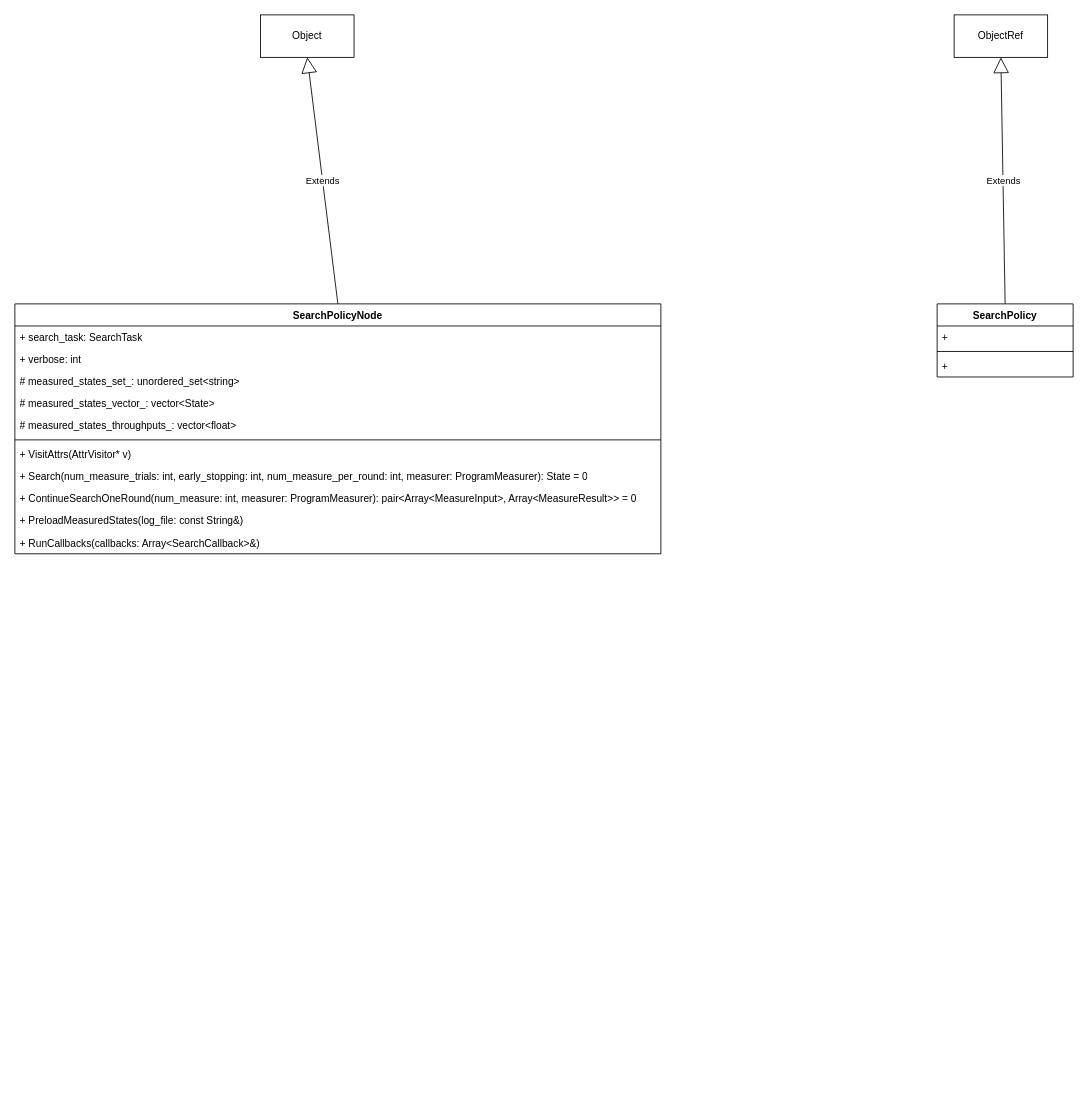
Above: page "search_policy" (4 of 6) of tvm-auto_scheduler-measure.drawio in gdhzyz/draws (draw.io), before the change. Source tidied: cells renumbered, new cells numbered last; positions are measured from the earlier drawing's top-left corner, leaving out a move shared by most shapes. Both pictures are drawn from the tidied source at 85%, with x=0, y=0 at pixel (14, 14).
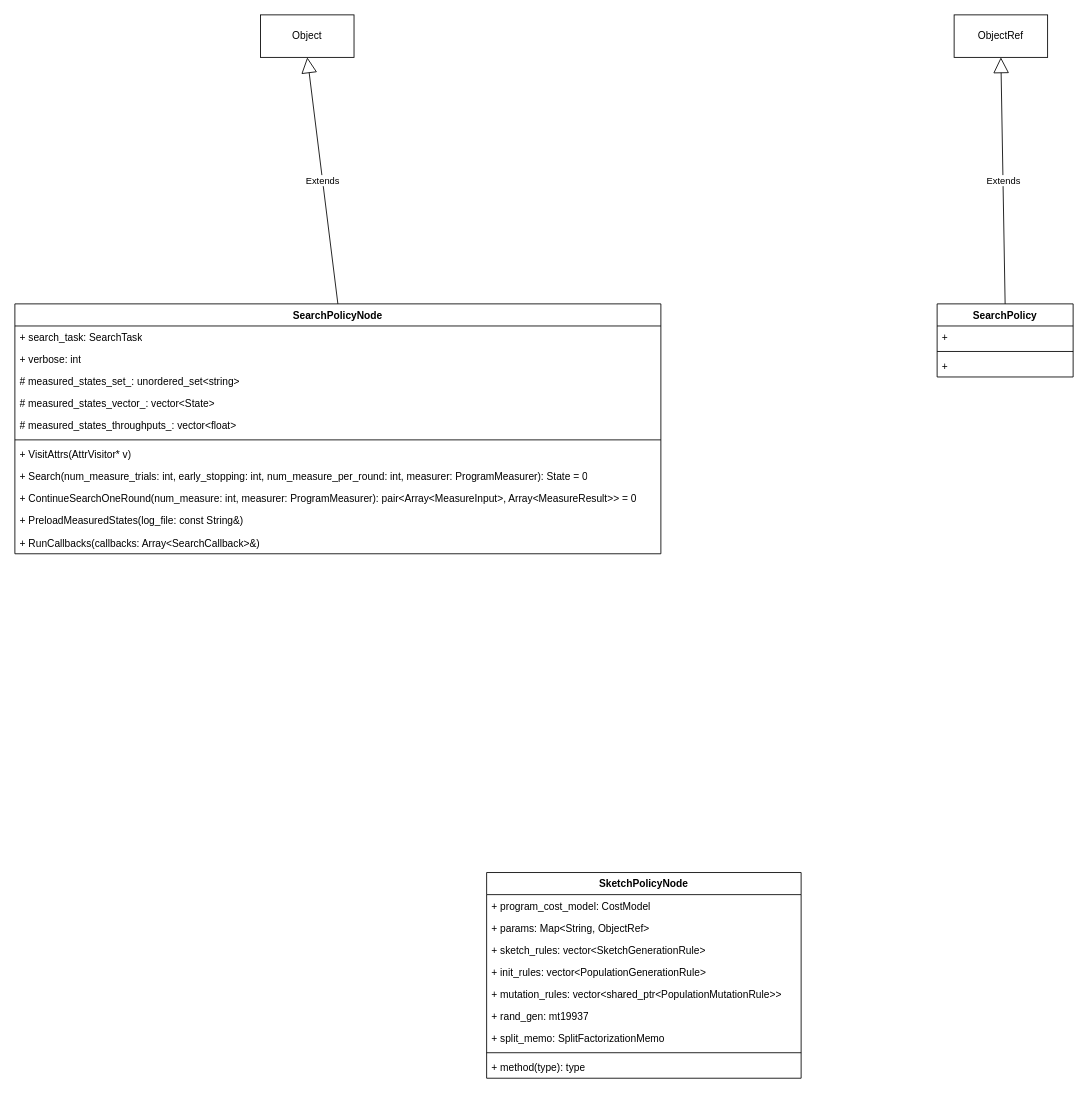
The same page after the edit.

What changed in the source:
```diff
@@
+    <mxCell id="22" value="SketchPolicyNode" style="swimlane;fontStyle=1;align=center;verticalAlign=top;horizontal=1;startSize=26;whiteSpace=wrap;html=1;" parent="1" vertex="1">
+      <mxGeometry x="555" y="1009" width="370" height="242" as="geometry" />
+    </mxCell>
+    <mxCell id="23" value="+ program_cost_model: CostModel" style="text;strokeColor=none;fillColor=none;align=left;verticalAlign=top;spacingLeft=4;spacingRight=4;overflow=hidden;whiteSpace=wrap;html=1;" parent="22" vertex="1">
+      <mxGeometry y="26" width="370" height="26" as="geometry" />
+    </mxCell>
+    <mxCell id="24" value="+ params: Map&amp;lt;String, ObjectRef&amp;gt;" style="text;strokeColor=none;fillColor=none;align=left;verticalAlign=top;spacingLeft=4;spacingRight=4;overflow=hidden;whiteSpace=wrap;html=1;" parent="22" vertex="1">
+      <mxGeometry y="52" width="370" height="26" as="geometry" />
+    </mxCell>
+    <mxCell id="25" value="+ sketch_rules: vector&amp;lt;SketchGenerationRule&amp;gt;" style="text;strokeColor=none;fillColor=none;align=left;verticalAlign=top;spacingLeft=4;spacingRight=4;overflow=hidden;whiteSpace=wrap;html=1;" parent="22" vertex="1">
+      <mxGeometry y="78" width="370" height="26" as="geometry" />
+    </mxCell>
+    <mxCell id="26" value="+ init_rules: vector&amp;lt;PopulationGenerationRule&amp;gt;" style="text;strokeColor=none;fillColor=none;align=left;verticalAlign=top;spacingLeft=4;spacingRight=4;overflow=hidden;whiteSpace=wrap;html=1;" parent="22" vertex="1">
+      <mxGeometry y="104" width="370" height="26" as="geometry" />
+    </mxCell>
+    <mxCell id="27" value="+ mutation_rules: vector&amp;lt;shared_ptr&amp;lt;PopulationMutationRule&amp;gt;&amp;gt;" style="text;strokeColor=none;fillColor=none;align=left;verticalAlign=top;spacingLeft=4;spacingRight=4;overflow=hidden;whiteSpace=wrap;html=1;" parent="22" vertex="1">
+      <mxGeometry y="130" width="370" height="26" as="geometry" />
+    </mxCell>
+    <mxCell id="28" value="+ rand_gen: mt19937" style="text;strokeColor=none;fillColor=none;align=left;verticalAlign=top;spacingLeft=4;spacingRight=4;overflow=hidden;whiteSpace=wrap;html=1;" parent="22" vertex="1">
+      <mxGeometry y="156" width="370" height="26" as="geometry" />
+    </mxCell>
+    <mxCell id="29" value="+ split_memo: SplitFactorizationMemo" style="text;strokeColor=none;fillColor=none;align=left;verticalAlign=top;spacingLeft=4;spacingRight=4;overflow=hidden;whiteSpace=wrap;html=1;" parent="22" vertex="1">
+      <mxGeometry y="182" width="370" height="26" as="geometry" />
+    </mxCell>
+    <mxCell id="30" style="line;strokeWidth=1;fillColor=none;align=left;verticalAlign=middle;spacingTop=-1;spacingLeft=3;spacingRight=3;labelPosition=right;strokeColor=inherit;" parent="22" vertex="1">
+      <mxGeometry y="208" width="370" height="8" as="geometry" />
+    </mxCell>
+    <mxCell id="31" value="+ method(type): type" style="text;strokeColor=none;fillColor=none;align=left;verticalAlign=top;spacingLeft=4;spacingRight=4;overflow=hidden;whiteSpace=wrap;html=1;" parent="22" vertex="1">
+      <mxGeometry y="216" width="370" height="26" as="geometry" />
+    </mxCell>
```
